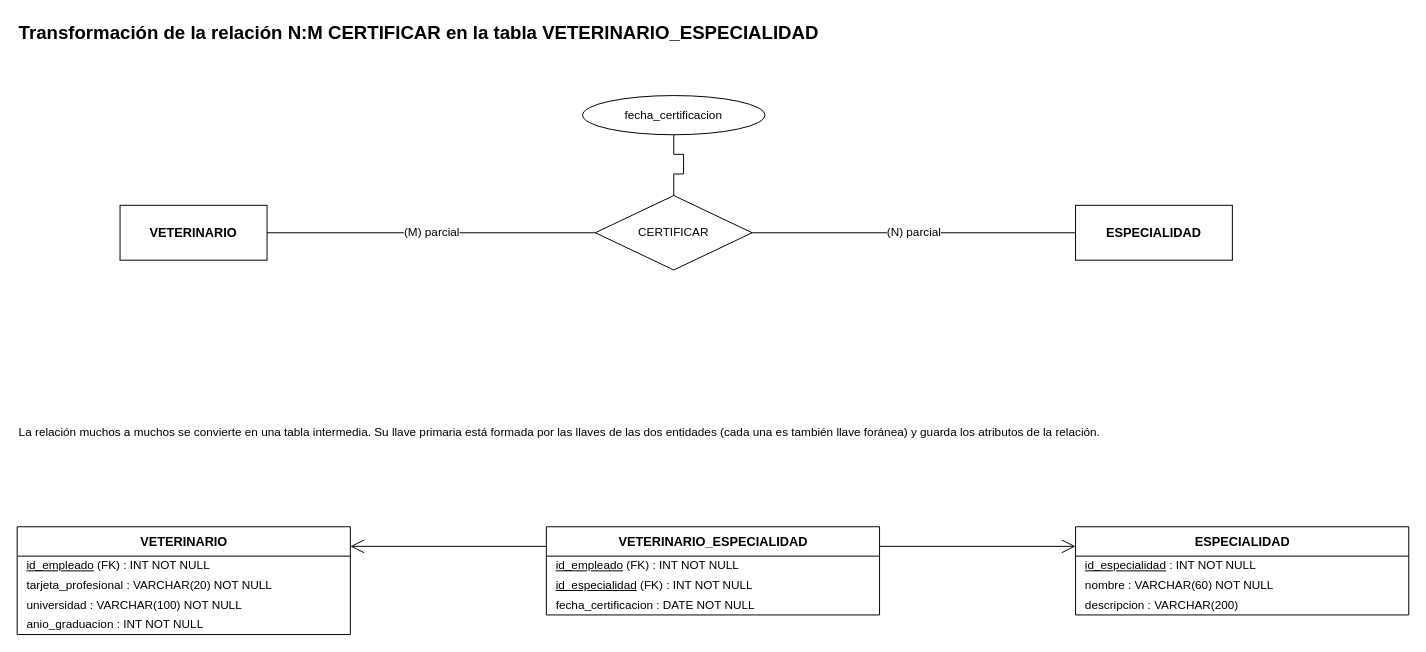
This is documentos/fase1/diagramas_drawio/08_Transformacion_NM_ESPECIALIDAD.drawio from Estarlan/proyecto-bd1-sigevet, a draw.io file, before an edit. Source tidied: cells renumbered, new cells numbered last; positions are measured from the earlier drawing's top-left corner, leaving out a move shared by most shapes. Both pictures are drawn from the tidied source at 98%, with x=0, y=0 at pixel (17, 17).
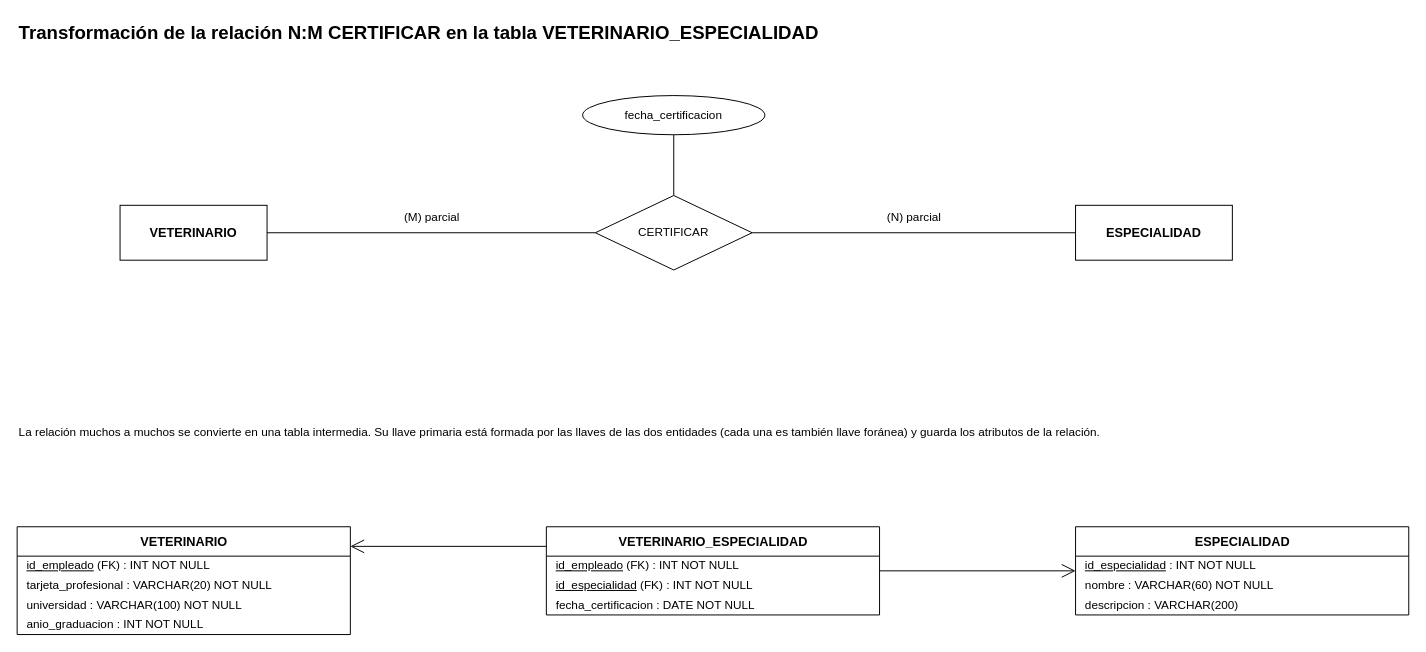
The same page after the edit.

The change refers to these unchanged cells:
```xml
<mxCell id="3" value="VETERINARIO" style="rounded=0;whiteSpace=wrap;html=1;fillColor=none;fontSize=13;fontStyle=1;" parent="1" vertex="1">
  <mxGeometry x="105" y="192" width="150" height="56" as="geometry" />
</mxCell>
<mxCell id="4" value="ESPECIALIDAD" style="rounded=0;whiteSpace=wrap;html=1;fillColor=none;fontSize=13;fontStyle=1;" parent="1" vertex="1">
  <mxGeometry x="1080" y="192" width="160" height="56" as="geometry" />
</mxCell>
<mxCell id="5" value="CERTIFICAR" style="rhombus;whiteSpace=wrap;html=1;fillColor=none;fontSize=12;" parent="1" vertex="1">
  <mxGeometry x="590" y="182" width="160" height="76" as="geometry" />
</mxCell>
<mxCell id="8" value="fecha_certificacion" style="ellipse;whiteSpace=wrap;html=1;fillColor=none;fontSize=12;" parent="1" vertex="1">
  <mxGeometry x="577" y="80" width="186" height="40" as="geometry" />
</mxCell>
<mxCell id="11" value="VETERINARIO" style="swimlane;fontStyle=1;horizontal=1;startSize=30;html=1;fillColor=none;swimlaneFillColor=none;fontSize=13;" parent="1" vertex="1">
  <mxGeometry y="520" width="340" height="110" as="geometry" />
</mxCell>
<mxCell id="16" value="VETERINARIO_ESPECIALIDAD" style="swimlane;fontStyle=1;horizontal=1;startSize=30;html=1;fillColor=none;swimlaneFillColor=none;fontSize=13;" parent="1" vertex="1">
  <mxGeometry x="540" y="520" width="340" height="90" as="geometry" />
</mxCell>
<mxCell id="20" value="ESPECIALIDAD" style="swimlane;fontStyle=1;horizontal=1;startSize=30;html=1;fillColor=none;swimlaneFillColor=none;fontSize=13;" parent="1" vertex="1">
  <mxGeometry x="1080" y="520" width="340" height="90" as="geometry" />
</mxCell>
```

What changed in the source:
```diff
@@
-    <mxCell id="6" value="(M) parcial" style="html=1;endArrow=none;fontSize=12;labelBackgroundColor=default;jumpStyle=gap;jumpSize=8;edgeStyle=none;rounded=0;exitX=1.00000000;exitY=0.50000000;exitPerimeter=0;entryX=0.00000000;entryY=0.50000000;entryPerimeter=0;" parent="1" edge="1" source="3" target="5">
+    <mxCell id="6" value="(M) parcial" style="html=1;endArrow=none;fontSize=12;labelBackgroundColor=default;jumpStyle=gap;jumpSize=8;edgeStyle=none;rounded=0;exitX=1.00000000;exitY=0.50000000;exitPerimeter=0;entryX=0.00000000;entryY=0.50000000;entryPerimeter=0;exitX=1.00000000;exitY=0.50000000;exitPerimeter=0;entryX=0.00000000;entryY=0.50000000;entryPerimeter=0;" parent="1" edge="1" source="3" target="5">
       <mxGeometry relative="1" as="geometry">
         <Array as="points">
-          <mxPoint x="280" y="220" />
-          <mxPoint x="580" y="220" />
-          <mxPoint x="580" y="220" />
+          <mxPoint x="255" y="220" />
+          <mxPoint x="590" y="220" />
         </Array>
+        <mxPoint y="-15.1" as="offset" />
       </mxGeometry>
     </mxCell>
-    <mxCell id="7" value="(N) parcial" style="html=1;endArrow=none;fontSize=12;labelBackgroundColor=default;jumpStyle=gap;jumpSize=8;edgeStyle=none;rounded=0;exitX=1.00000000;exitY=0.50000000;exitPerimeter=0;entryX=0.00000000;entryY=0.50000000;entryPerimeter=0;" parent="1" edge="1" source="5" target="4">
+    <mxCell id="7" value="(N) parcial" style="html=1;endArrow=none;fontSize=12;labelBackgroundColor=default;jumpStyle=gap;jumpSize=8;edgeStyle=none;rounded=0;exitX=1.00000000;exitY=0.50000000;exitPerimeter=0;entryX=0.00000000;entryY=0.50000000;entryPerimeter=0;exitX=1.00000000;exitY=0.50000000;exitPerimeter=0;entryX=0.00000000;entryY=0.50000000;entryPerimeter=0;" parent="1" edge="1" source="5" target="4">
       <mxGeometry relative="1" as="geometry">
         <Array as="points">
-          <mxPoint x="760" y="220" />
-          <mxPoint x="760" y="220" />
-          <mxPoint x="1060" y="220" />
+          <mxPoint x="750" y="220" />
+          <mxPoint x="1080" y="220" />
         </Array>
+        <mxPoint y="-15.1" as="offset" />
       </mxGeometry>
     </mxCell>
@@
-    <mxCell id="9" style="html=1;endArrow=none;fontSize=12;labelBackgroundColor=default;jumpStyle=gap;jumpSize=8;edgeStyle=none;rounded=0;exitX=0.50000000;exitY=0.00000000;exitPerimeter=0;entryX=0.50000000;entryY=1.00000000;entryPerimeter=0;" parent="1" edge="1" source="5" target="8">
+    <mxCell id="9" style="html=1;endArrow=none;fontSize=12;labelBackgroundColor=default;jumpStyle=gap;jumpSize=8;edgeStyle=none;rounded=0;exitX=0.50000000;exitY=0.00000000;exitPerimeter=0;entryX=0.50000000;entryY=1.00000000;entryPerimeter=0;exitX=0.50000000;exitY=0.00000000;exitPerimeter=0;entryX=0.50000000;entryY=1.00000000;entryPerimeter=0;" parent="1" edge="1" source="5" target="8">
       <mxGeometry relative="1" as="geometry">
         <Array as="points">
-          <mxPoint x="670" y="160" />
-          <mxPoint x="680" y="160" />
-          <mxPoint x="680" y="140" />
-          <mxPoint x="670" y="140" />
+          <mxPoint x="670" y="182" />
+          <mxPoint x="670" y="120" />
         </Array>
       </mxGeometry>
     </mxCell>
@@
-    <mxCell id="24" style="html=1;endArrow=none;fontSize=12;labelBackgroundColor=default;endArrow=open;endFill=0;endSize=12;fontSize=11;jumpStyle=gap;jumpSize=8;edgeStyle=none;rounded=0;exitX=0.00000000;exitY=0.22222222;exitPerimeter=0;entryX=1.00000000;entryY=0.18181818;entryPerimeter=0;" parent="1" edge="1" source="16" target="11">
+    <mxCell id="24" style="html=1;endArrow=none;fontSize=12;labelBackgroundColor=default;endArrow=open;endFill=0;endSize=12;fontSize=11;jumpStyle=gap;jumpSize=8;edgeStyle=none;rounded=0;exitX=0.00000000;exitY=0.22222222;exitPerimeter=0;entryX=1.00000000;entryY=0.18181818;entryPerimeter=0;exitX=0.00000000;exitY=0.22222222;exitPerimeter=0;entryX=1.00000000;entryY=0.18181818;entryPerimeter=0;" parent="1" edge="1" source="16" target="11">
       <mxGeometry relative="1" as="geometry">
         <Array as="points">
-          <mxPoint x="520" y="540" />
-          <mxPoint x="360" y="540" />
+          <mxPoint x="540" y="540" />
+          <mxPoint x="340" y="540" />
         </Array>
       </mxGeometry>
     </mxCell>
-    <mxCell id="25" style="html=1;endArrow=none;fontSize=12;labelBackgroundColor=default;endArrow=open;endFill=0;endSize=12;fontSize=11;jumpStyle=gap;jumpSize=8;edgeStyle=none;rounded=0;exitX=1.00000000;exitY=0.22222222;exitPerimeter=0;entryX=0.00000000;entryY=0.22222222;entryPerimeter=0;" parent="1" edge="1" source="16" target="20">
+    <mxCell id="25" style="html=1;endArrow=none;fontSize=12;labelBackgroundColor=default;endArrow=open;endFill=0;endSize=12;fontSize=11;jumpStyle=gap;jumpSize=8;edgeStyle=none;rounded=0;exitX=1.00000000;exitY=0.22222222;exitPerimeter=0;entryX=0.00000000;entryY=0.22222222;entryPerimeter=0;exitX=1.00000000;exitY=0.50000000;exitPerimeter=0;entryX=0.00000000;entryY=0.50000000;entryPerimeter=0;" parent="1" edge="1" source="16" target="20">
       <mxGeometry relative="1" as="geometry">
         <Array as="points">
-          <mxPoint x="900" y="540" />
-          <mxPoint x="1060" y="540" />
+          <mxPoint x="880" y="565" />
+          <mxPoint x="1080" y="565" />
         </Array>
       </mxGeometry>
     </mxCell>
```
